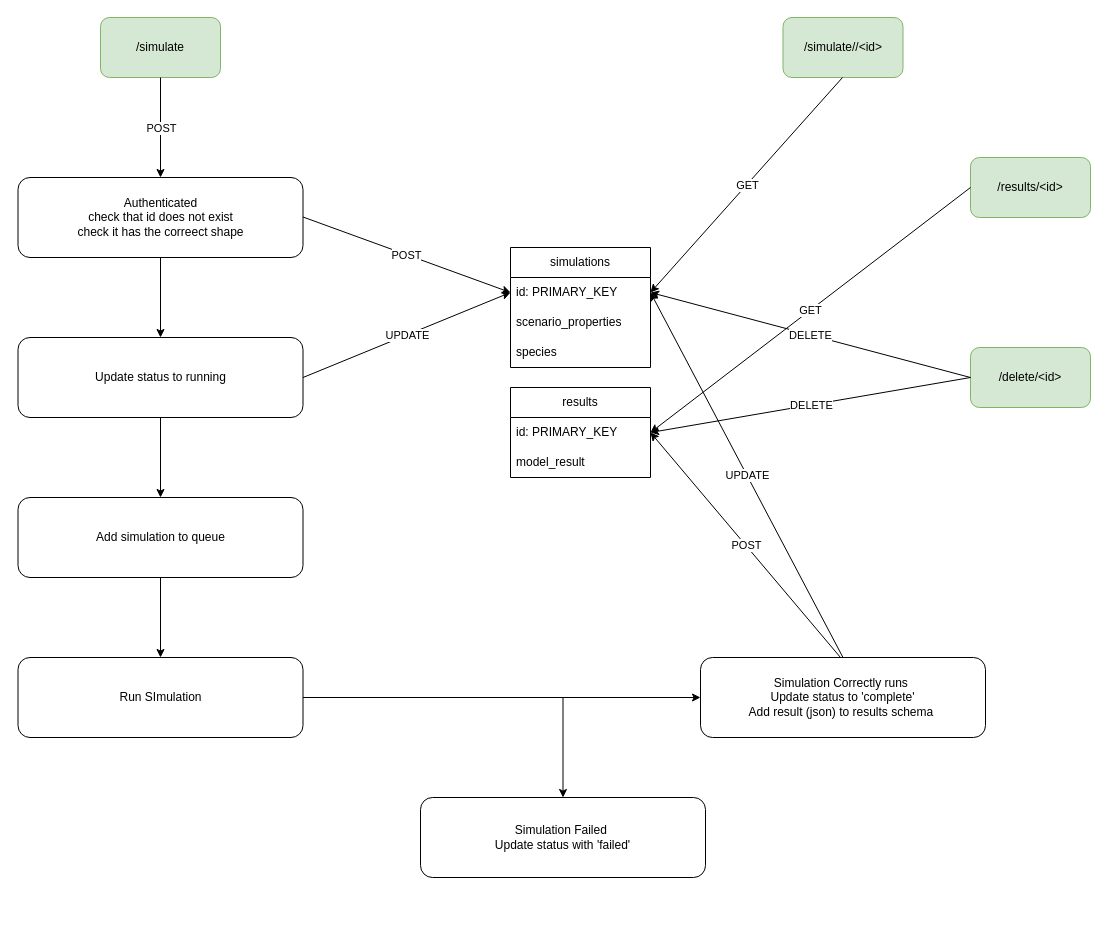
This is pyssem-api.drawio from blueriver212/pyssem-api, a draw.io file, before an edit. Source tidied: cells renumbered, new cells numbered last; positions are measured from the earlier drawing's top-left corner, leaving out a move shared by most shapes. Both pictures are drawn from the tidied source at 100%, with x=0, y=0 at pixel (18, 17).
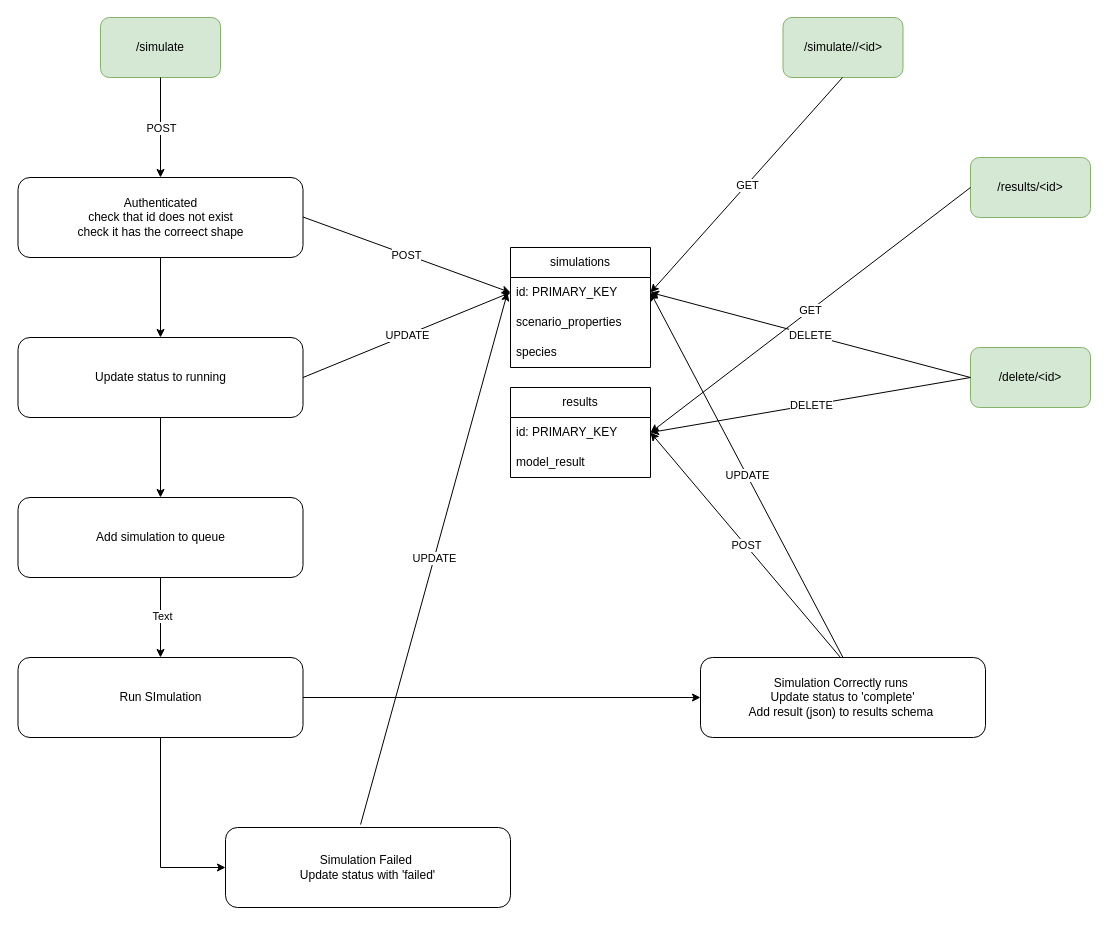
Above is the later version.

The change refers to these unchanged cells:
```xml
<mxCell id="18" style="edgeStyle=orthogonalEdgeStyle;rounded=0;jettySize=auto;html=1;" parent="1" edge="1" source="19" target="22">
  <mxGeometry relative="1" as="geometry" />
</mxCell>
<mxCell id="22" value="Run SImulation" style="rounded=1;whiteSpace=wrap;html=1;" parent="1" vertex="1">
  <mxGeometry x="-0.5" y="640" width="285" height="80" as="geometry" />
</mxCell>
```

Change to the diagram source:
```diff
@@
+    <mxCell id="42" value="Text" style="edgeLabel;html=1;align=center;verticalAlign=middle;" parent="18" vertex="1">
+      <mxGeometry x="-0.05" y="1" relative="1" as="geometry" />
+    </mxCell>
@@
-    <mxCell id="20" style="edgeStyle=orthogonalEdgeStyle;rounded=0;jettySize=auto;html=1;" parent="1" edge="1" source="22" target="23">
+    <mxCell id="20" style="edgeStyle=orthogonalEdgeStyle;rounded=0;jettySize=auto;html=1;entryX=0;entryY=0.5;entryDx=0;entryDy=0;" parent="1" edge="1" source="22" target="23">
       <mxGeometry relative="1" as="geometry" />
     </mxCell>
@@
     <mxCell id="23" value="Simulation Failed&amp;nbsp;&lt;div&gt;Update status with 'failed'&lt;/div&gt;" style="rounded=1;whiteSpace=wrap;html=1;" parent="1" vertex="1">
-      <mxGeometry x="402" y="780" width="285" height="80" as="geometry" />
+      <mxGeometry x="207" y="810" width="285" height="80" as="geometry" />
     </mxCell>
@@
+    <mxCell id="43" style="endArrow=classic;html=1;rounded=0;entryX=1;entryY=0.5;entryDx=0;entryDy=0;exitX=0.474;exitY=-0.037;exitDx=0;exitDy=0;exitPerimeter=0;" parent="1" edge="1" source="23">
+      <mxGeometry relative="1" as="geometry">
+        <mxPoint x="489" y="275" as="targetPoint" />
+      </mxGeometry>
+    </mxCell>
+    <mxCell id="44" value="UPDATE" style="edgeLabel;html=1;align=center;verticalAlign=middle;" parent="43" vertex="1">
+      <mxGeometry relative="1" as="geometry" />
+    </mxCell>
```
